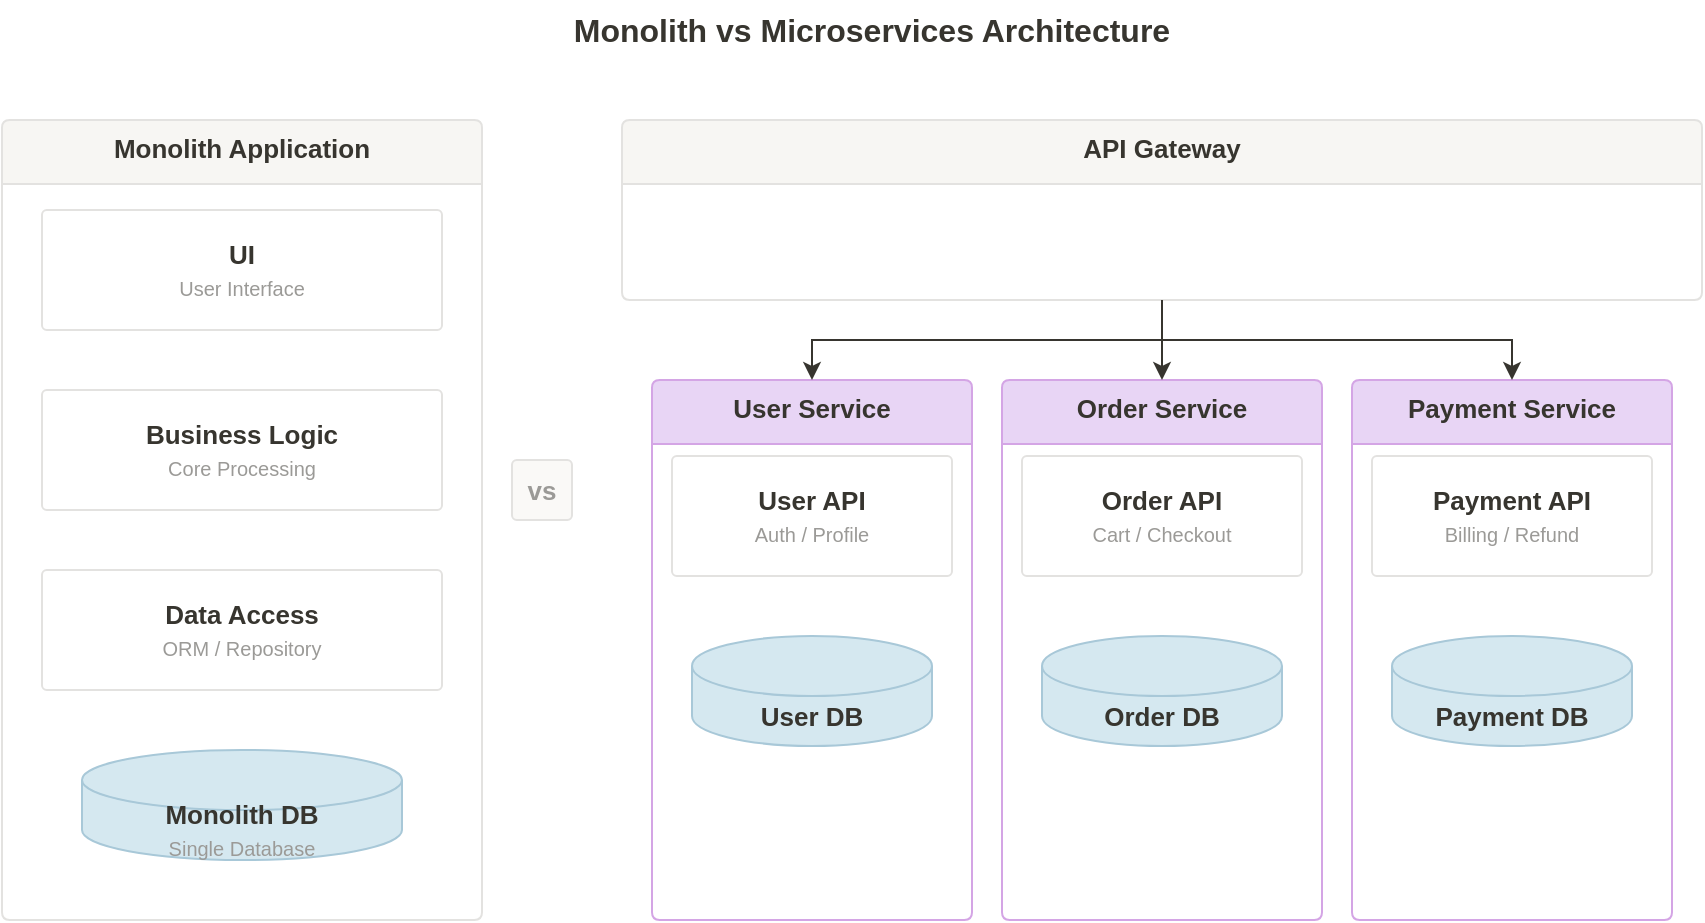
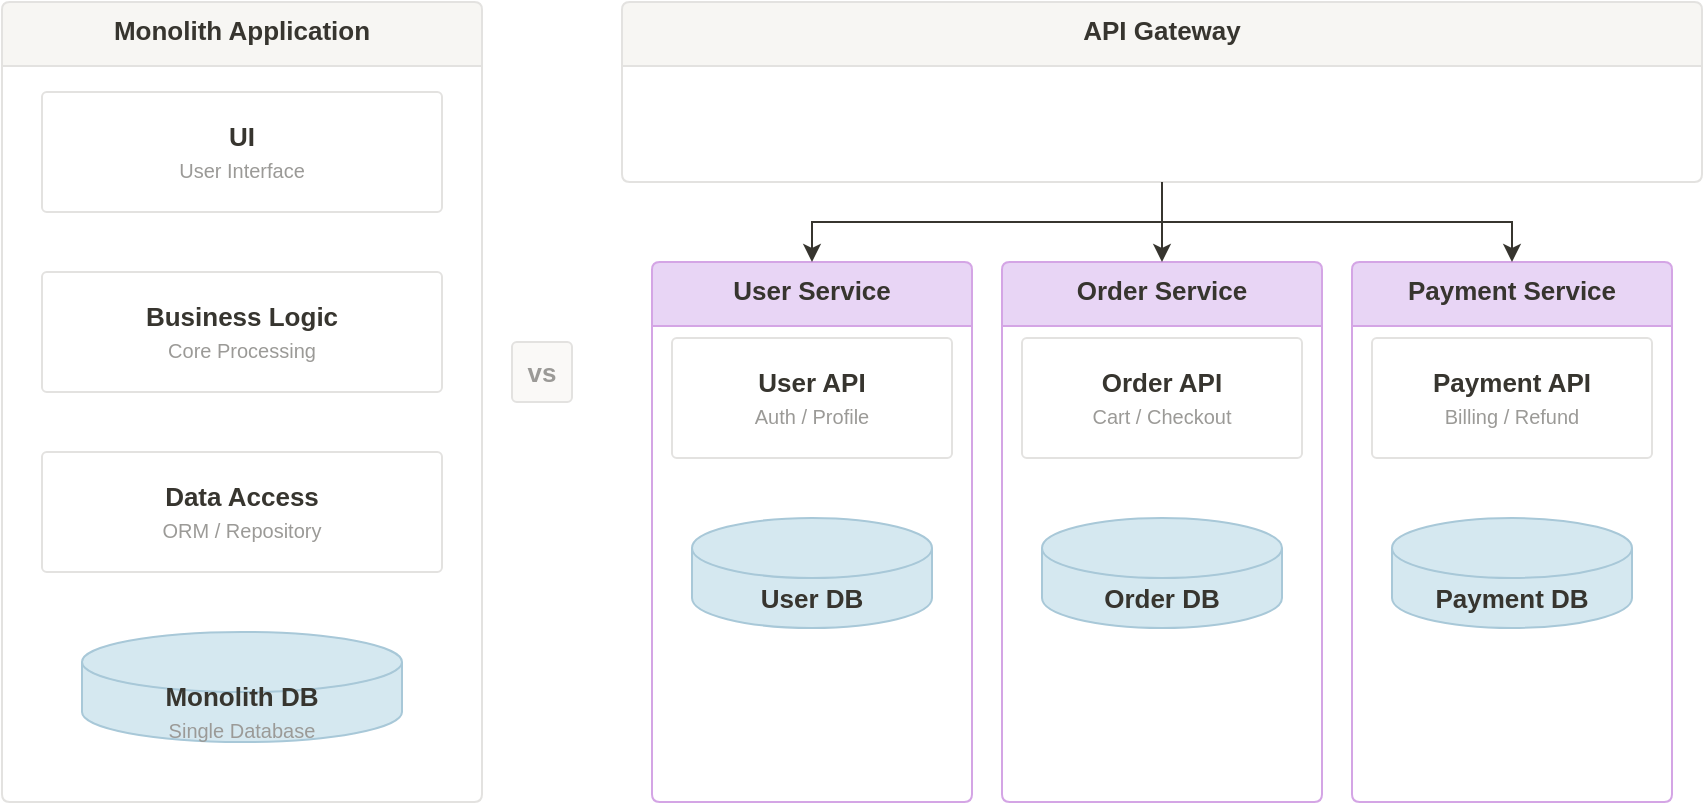
<mxGraphModel adaptiveColors="auto">
  <root>
    <mxCell id="0" />
    <mxCell id="1" parent="0" />
- 
-     <!-- Title -->
-     <mxCell id="2" value="Monolith vs Microservices Architecture" style="text;html=1;fontSize=16;fontColor=#37352f;fontStyle=1;align=center;verticalAlign=middle;whiteSpace=wrap;" vertex="1" parent="1">
-       <mxGeometry x="150" y="20" width="650" height="30" as="geometry" />
-     </mxCell>
- 
    <!-- ===== LEFT: MONOLITH ===== -->
    <mxCell id="3" value="Monolith Application" style="swimlane;startSize=32;rounded=1;arcSize=4;strokeWidth=1;strokeColor=#e3e2e0;fillColor=#f7f6f3;fontSize=13;fontColor=#37352f;html=1;whiteSpace=wrap;verticalAlign=top;" vertex="1" parent="1">
      <mxGeometry x="40" y="80" width="240" height="400" as="geometry" />
    </mxCell>

    <mxCell id="4" value="&lt;b&gt;UI&lt;/b&gt;&lt;br&gt;&lt;span style=&quot;font-size: 10px; color: #9b9a97;&quot;&gt;User Interface&lt;/span&gt;" style="rounded=1;whiteSpace=wrap;html=1;arcSize=4;strokeWidth=1;strokeColor=#e3e2e0;fillColor=#ffffff;fontSize=13;fontColor=#37352f;verticalAlign=middle;align=center;" vertex="1" parent="3">
      <mxGeometry x="20" y="45" width="200" height="60" as="geometry" />
    </mxCell>

    <mxCell id="5" value="&lt;b&gt;Business Logic&lt;/b&gt;&lt;br&gt;&lt;span style=&quot;font-size: 10px; color: #9b9a97;&quot;&gt;Core Processing&lt;/span&gt;" style="rounded=1;whiteSpace=wrap;html=1;arcSize=4;strokeWidth=1;strokeColor=#e3e2e0;fillColor=#ffffff;fontSize=13;fontColor=#37352f;verticalAlign=middle;align=center;" vertex="1" parent="3">
      <mxGeometry x="20" y="135" width="200" height="60" as="geometry" />
    </mxCell>

    <mxCell id="6" value="&lt;b&gt;Data Access&lt;/b&gt;&lt;br&gt;&lt;span style=&quot;font-size: 10px; color: #9b9a97;&quot;&gt;ORM / Repository&lt;/span&gt;" style="rounded=1;whiteSpace=wrap;html=1;arcSize=4;strokeWidth=1;strokeColor=#e3e2e0;fillColor=#ffffff;fontSize=13;fontColor=#37352f;verticalAlign=middle;align=center;" vertex="1" parent="3">
      <mxGeometry x="20" y="225" width="200" height="60" as="geometry" />
    </mxCell>

    <mxCell id="7" value="&lt;b&gt;Monolith DB&lt;/b&gt;&lt;br&gt;&lt;span style=&quot;font-size: 10px; color: #9b9a97;&quot;&gt;Single Database&lt;/span&gt;" style="shape=cylinder3;whiteSpace=wrap;html=1;boundedLbl=1;rounded=1;arcSize=4;strokeWidth=1;strokeColor=#a8c8d8;fillColor=#d5e8f0;fontSize=13;fontColor=#37352f;verticalAlign=middle;align=center;" vertex="1" parent="3">
      <mxGeometry x="40" y="315" width="160" height="55" as="geometry" />
    </mxCell>

    <!-- ===== CENTER DIVIDER ===== -->
    <mxCell id="8" value="" style="line;html=1;strokeWidth=1;strokeColor=#e3e2e0;dashed=1;pointerEvents=0;" vertex="1" parent="1">
      <mxGeometry x="310" y="80" width="0" height="400" as="geometry" />
    </mxCell>

    <mxCell id="9" value="vs" style="text;html=1;fontSize=13;fontColor=#9b9a97;fontStyle=1;align=center;verticalAlign=middle;whiteSpace=wrap;rounded=1;arcSize=8;strokeWidth=1;strokeColor=#e3e2e0;fillColor=#faf9f7;" vertex="1" parent="1">
      <mxGeometry x="295" y="250" width="30" height="30" as="geometry" />
    </mxCell>

    <!-- ===== RIGHT: MICROSERVICES ===== -->
    <mxCell id="10" value="API Gateway" style="swimlane;startSize=32;rounded=1;arcSize=4;strokeWidth=1;strokeColor=#e3e2e0;fillColor=#f7f6f3;fontSize=13;fontColor=#37352f;html=1;whiteSpace=wrap;verticalAlign=top;" vertex="1" parent="1">
      <mxGeometry x="350" y="80" width="540" height="90" as="geometry" />
    </mxCell>

    <!-- User Service -->
    <mxCell id="11" value="User Service" style="swimlane;startSize=32;rounded=1;arcSize=4;strokeWidth=1;strokeColor=#d4a5e5;fillColor=#e8d5f5;fontSize=13;fontColor=#37352f;html=1;whiteSpace=wrap;verticalAlign=top;" vertex="1" parent="1">
      <mxGeometry x="365" y="210" width="160" height="270" as="geometry" />
    </mxCell>

    <mxCell id="14" value="&lt;b&gt;User API&lt;/b&gt;&lt;br&gt;&lt;span style=&quot;font-size: 10px; color: #9b9a97;&quot;&gt;Auth / Profile&lt;/span&gt;" style="rounded=1;whiteSpace=wrap;html=1;arcSize=4;strokeWidth=1;strokeColor=#e3e2e0;fillColor=#ffffff;fontSize=13;fontColor=#37352f;verticalAlign=middle;align=center;" vertex="1" parent="11">
      <mxGeometry x="10" y="38" width="140" height="60" as="geometry" />
    </mxCell>

    <mxCell id="15" value="&lt;b&gt;User DB&lt;/b&gt;" style="shape=cylinder3;whiteSpace=wrap;html=1;boundedLbl=1;rounded=1;arcSize=4;strokeWidth=1;strokeColor=#a8c8d8;fillColor=#d5e8f0;fontSize=13;fontColor=#37352f;verticalAlign=middle;align=center;" vertex="1" parent="11">
      <mxGeometry x="20" y="128" width="120" height="55" as="geometry" />
    </mxCell>

    <!-- Order Service -->
    <mxCell id="12" value="Order Service" style="swimlane;startSize=32;rounded=1;arcSize=4;strokeWidth=1;strokeColor=#d4a5e5;fillColor=#e8d5f5;fontSize=13;fontColor=#37352f;html=1;whiteSpace=wrap;verticalAlign=top;" vertex="1" parent="1">
      <mxGeometry x="540" y="210" width="160" height="270" as="geometry" />
    </mxCell>

    <mxCell id="16" value="&lt;b&gt;Order API&lt;/b&gt;&lt;br&gt;&lt;span style=&quot;font-size: 10px; color: #9b9a97;&quot;&gt;Cart / Checkout&lt;/span&gt;" style="rounded=1;whiteSpace=wrap;html=1;arcSize=4;strokeWidth=1;strokeColor=#e3e2e0;fillColor=#ffffff;fontSize=13;fontColor=#37352f;verticalAlign=middle;align=center;" vertex="1" parent="12">
      <mxGeometry x="10" y="38" width="140" height="60" as="geometry" />
    </mxCell>

    <mxCell id="17" value="&lt;b&gt;Order DB&lt;/b&gt;" style="shape=cylinder3;whiteSpace=wrap;html=1;boundedLbl=1;rounded=1;arcSize=4;strokeWidth=1;strokeColor=#a8c8d8;fillColor=#d5e8f0;fontSize=13;fontColor=#37352f;verticalAlign=middle;align=center;" vertex="1" parent="12">
      <mxGeometry x="20" y="128" width="120" height="55" as="geometry" />
    </mxCell>

    <!-- Payment Service -->
    <mxCell id="13" value="Payment Service" style="swimlane;startSize=32;rounded=1;arcSize=4;strokeWidth=1;strokeColor=#d4a5e5;fillColor=#e8d5f5;fontSize=13;fontColor=#37352f;html=1;whiteSpace=wrap;verticalAlign=top;" vertex="1" parent="1">
      <mxGeometry x="715" y="210" width="160" height="270" as="geometry" />
    </mxCell>

    <mxCell id="18" value="&lt;b&gt;Payment API&lt;/b&gt;&lt;br&gt;&lt;span style=&quot;font-size: 10px; color: #9b9a97;&quot;&gt;Billing / Refund&lt;/span&gt;" style="rounded=1;whiteSpace=wrap;html=1;arcSize=4;strokeWidth=1;strokeColor=#e3e2e0;fillColor=#ffffff;fontSize=13;fontColor=#37352f;verticalAlign=middle;align=center;" vertex="1" parent="13">
      <mxGeometry x="10" y="38" width="140" height="60" as="geometry" />
    </mxCell>

    <mxCell id="19" value="&lt;b&gt;Payment DB&lt;/b&gt;" style="shape=cylinder3;whiteSpace=wrap;html=1;boundedLbl=1;rounded=1;arcSize=4;strokeWidth=1;strokeColor=#a8c8d8;fillColor=#d5e8f0;fontSize=13;fontColor=#37352f;verticalAlign=middle;align=center;" vertex="1" parent="13">
      <mxGeometry x="20" y="128" width="120" height="55" as="geometry" />
    </mxCell>

    <!-- ===== ARROWS: API Gateway to Services ===== -->
    <mxCell id="20" value="" style="edgeStyle=orthogonalEdgeStyle;rounded=0;html=1;strokeWidth=1;strokeColor=#37352f;endArrow=classic;endFill=1;" edge="1" parent="1" source="10" target="11">
      <mxGeometry relative="1" as="geometry" />
    </mxCell>

    <mxCell id="21" value="" style="edgeStyle=orthogonalEdgeStyle;rounded=0;html=1;strokeWidth=1;strokeColor=#37352f;endArrow=classic;endFill=1;" edge="1" parent="1" source="10" target="12">
      <mxGeometry relative="1" as="geometry" />
    </mxCell>

    <mxCell id="22" value="" style="edgeStyle=orthogonalEdgeStyle;rounded=0;html=1;strokeWidth=1;strokeColor=#37352f;endArrow=classic;endFill=1;" edge="1" parent="1" source="10" target="13">
      <mxGeometry relative="1" as="geometry" />
    </mxCell>

  </root>
</mxGraphModel>
